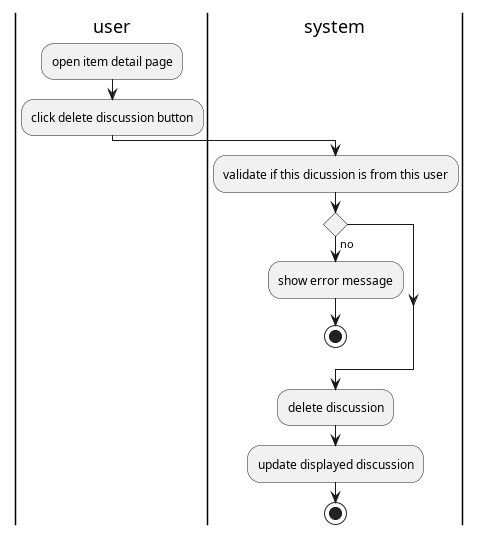
aldihsuhandi/skripsi-2023 keeps this PlantUML diagram as thesis/latex/diagram/activity diagram/14. discussion/delete discussoin/delete discussion.png. Above is the earlier version.
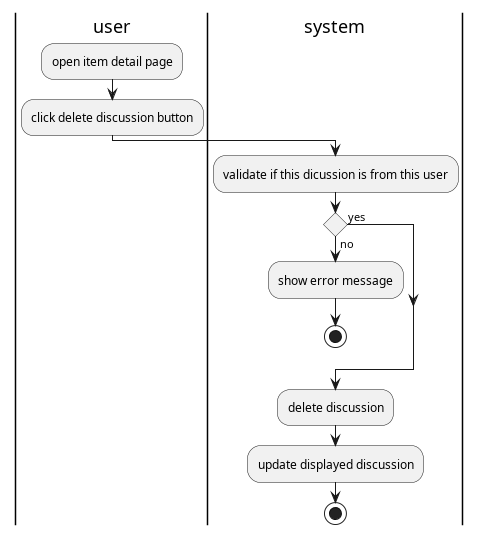
The same diagram one commit later.

Diff of the diagram source:
```diff
@@ -8,6 +8,7 @@
 if () then (no)
     :show error message;
     stop
+else (yes)
 endif
 |system|
 :delete discussion;
```
